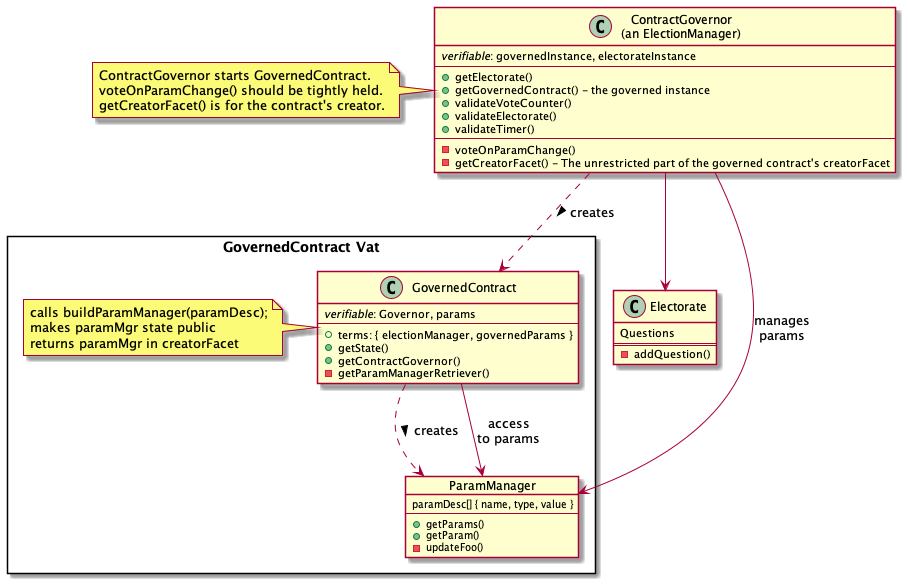
The PlantUML diagram packages/governance/docs/contractGovernance.png in Agoric/agoric-sdk, before a commit.
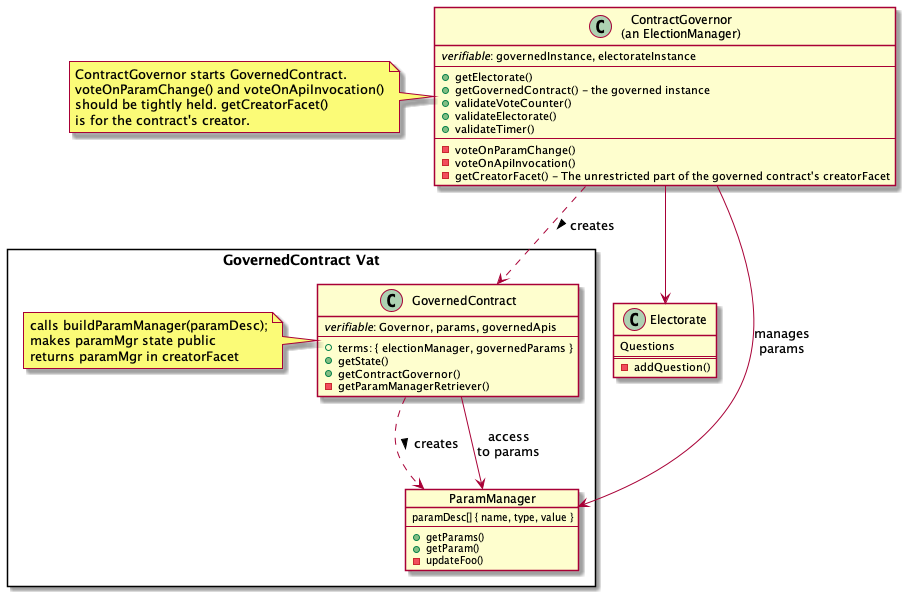
After the change.

Commit message:
docs: update for contract governance uml diagram

What changed in the source:
```diff
@@ -10,7 +10,7 @@
     }
 
     class GovernedContract {
-        <i>verifiable</i>: Governor, params
+        <i>verifiable</i>: Governor, params, governedApis
         --
         +terms: { electionManager, governedParams }
         +getState()
@@ -30,9 +30,10 @@
     +validateTimer()
     --
     -voteOnParamChange()
+    -voteOnApiInvocation()
     -getCreatorFacet() - The unrestricted part of the governed contract's creatorFacet
 }
-note left : ContractGovernor starts GovernedContract.\nvoteOnParamChange() should be tightly held.\ngetCreatorFacet() is for the contract's creator.
+note left : ContractGovernor starts GovernedContract.\nvoteOnParamChange() and voteOnApiInvocation()\nshould be tightly held. getCreatorFacet()\nis for the contract's creator.
 
 class Electorate {
     Questions
```
